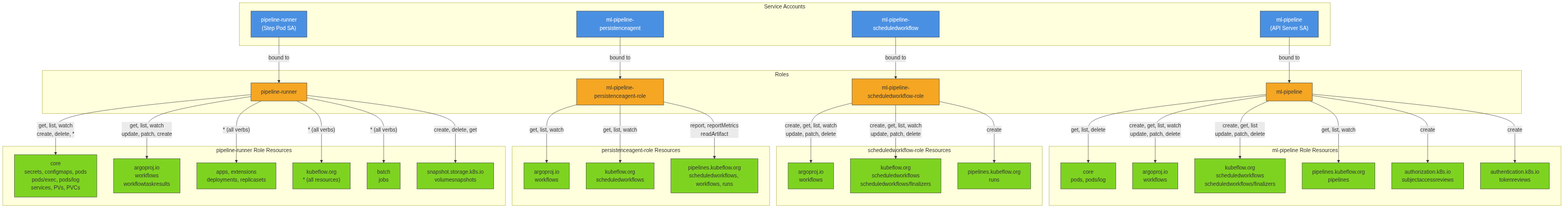
Above: architecture/rhoai-3.4-ea.2/diagrams/data-science-pipelines-rbac.png in rhuss/architecture-context (Mermaid), before the change. Its source is kept beside it as architecture/rhoai-3.4-ea.2/diagrams/data-science-pipelines-rbac.mmd. Source of this version:
```mermaid

graph TD
    subgraph ServiceAccounts["Service Accounts"]
        SA_API["ml-pipeline<br/>(API Server SA)"]
        SA_PA["ml-pipeline-persistenceagent"]
        SA_SW["ml-pipeline-scheduledworkflow"]
        SA_Runner["pipeline-runner<br/>(Step Pod SA)"]
    end

    subgraph Roles["Roles"]
        R_API["ml-pipeline"]
        R_SW["ml-pipeline-scheduledworkflow-role"]
        R_PA["ml-pipeline-persistenceagent-role"]
        R_Runner["pipeline-runner"]
    end

    subgraph Resources_API["ml-pipeline Role Resources"]
        R_API_1["core<br/>pods, pods/log"]
        R_API_2["argoproj.io<br/>workflows"]
        R_API_3["kubeflow.org<br/>scheduledworkflows<br/>scheduledworkflows/finalizers"]
        R_API_4["pipelines.kubeflow.org<br/>pipelines"]
        R_API_5["authorization.k8s.io<br/>subjectaccessreviews"]
        R_API_6["authentication.k8s.io<br/>tokenreviews"]
    end

    subgraph Resources_SW["scheduledworkflow-role Resources"]
        R_SW_1["argoproj.io<br/>workflows"]
        R_SW_2["kubeflow.org<br/>scheduledworkflows<br/>scheduledworkflows/finalizers"]
        R_SW_3["pipelines.kubeflow.org<br/>runs"]
    end

    subgraph Resources_PA["persistenceagent-role Resources"]
        R_PA_1["argoproj.io<br/>workflows"]
        R_PA_2["kubeflow.org<br/>scheduledworkflows"]
        R_PA_3["pipelines.kubeflow.org<br/>scheduledworkflows, workflows, runs"]
    end

    subgraph Resources_Runner["pipeline-runner Role Resources"]
        R_RN_1["core<br/>secrets, configmaps, pods<br/>pods/exec, pods/log<br/>services, PVs, PVCs"]
        R_RN_2["argoproj.io<br/>workflows<br/>workflowtaskresults"]
        R_RN_3["apps, extensions<br/>deployments, replicasets"]
        R_RN_4["kubeflow.org<br/>* (all resources)"]
        R_RN_5["batch<br/>jobs"]
        R_RN_6["snapshot.storage.k8s.io<br/>volumesnapshots"]
    end

    SA_API -->|"bound to"| R_API
    SA_SW -->|"bound to"| R_SW
    SA_PA -->|"bound to"| R_PA
    SA_Runner -->|"bound to"| R_Runner

    R_API -->|"get, list, delete"| R_API_1
    R_API -->|"create, get, list, watch<br/>update, patch, delete"| R_API_2
    R_API -->|"create, get, list<br/>update, patch, delete"| R_API_3
    R_API -->|"get, list, watch"| R_API_4
    R_API -->|"create"| R_API_5
    R_API -->|"create"| R_API_6

    R_SW -->|"create, get, list, watch<br/>update, patch, delete"| R_SW_1
    R_SW -->|"create, get, list, watch<br/>update, patch, delete"| R_SW_2
    R_SW -->|"create"| R_SW_3

    R_PA -->|"get, list, watch"| R_PA_1
    R_PA -->|"get, list, watch"| R_PA_2
    R_PA -->|"report, reportMetrics<br/>readArtifact"| R_PA_3

    R_Runner -->|"get, list, watch<br/>create, delete, *"| R_RN_1
    R_Runner -->|"get, list, watch<br/>update, patch, create"| R_RN_2
    R_Runner -->|"* (all verbs)"| R_RN_3
    R_Runner -->|"* (all verbs)"| R_RN_4
    R_Runner -->|"* (all verbs)"| R_RN_5
    R_Runner -->|"create, delete, get"| R_RN_6

    style SA_API fill:#4a90e2,stroke:#333,color:#fff
    style SA_PA fill:#4a90e2,stroke:#333,color:#fff
    style SA_SW fill:#4a90e2,stroke:#333,color:#fff
    style SA_Runner fill:#4a90e2,stroke:#333,color:#fff
    style R_API fill:#f5a623,stroke:#333
    style R_SW fill:#f5a623,stroke:#333
    style R_PA fill:#f5a623,stroke:#333
    style R_Runner fill:#f5a623,stroke:#333
    style R_API_1 fill:#7ed321,stroke:#333
    style R_API_2 fill:#7ed321,stroke:#333
    style R_API_3 fill:#7ed321,stroke:#333
    style R_API_4 fill:#7ed321,stroke:#333
    style R_API_5 fill:#7ed321,stroke:#333
    style R_API_6 fill:#7ed321,stroke:#333
    style R_SW_1 fill:#7ed321,stroke:#333
    style R_SW_2 fill:#7ed321,stroke:#333
    style R_SW_3 fill:#7ed321,stroke:#333
    style R_PA_1 fill:#7ed321,stroke:#333
    style R_PA_2 fill:#7ed321,stroke:#333
    style R_PA_3 fill:#7ed321,stroke:#333
    style R_RN_1 fill:#7ed321,stroke:#333
    style R_RN_2 fill:#7ed321,stroke:#333
    style R_RN_3 fill:#7ed321,stroke:#333
    style R_RN_4 fill:#7ed321,stroke:#333
    style R_RN_5 fill:#7ed321,stroke:#333
    style R_RN_6 fill:#7ed321,stroke:#333
```
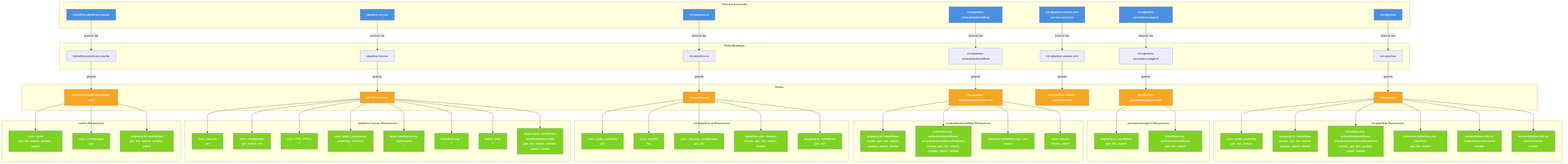
The same diagram one commit later.

The edit, as a diff of the source:
```diff
@@ -1,99 +1,172 @@
 
 graph TD
     subgraph ServiceAccounts["Service Accounts"]
-        SA_API["ml-pipeline<br/>(API Server SA)"]
+        SA_API["ml-pipeline"]
         SA_PA["ml-pipeline-persistenceagent"]
         SA_SW["ml-pipeline-scheduledworkflow"]
-        SA_Runner["pipeline-runner<br/>(Step Pod SA)"]
+        SA_UI["ml-pipeline-ui"]
+        SA_Viewer["ml-pipeline-viewer-crd-<br/>service-account"]
+        SA_Runner["pipeline-runner"]
+        SA_Cache["kubeflow-pipelines-cache"]
+    end
+
+    subgraph RoleBindings["Role Bindings"]
+        RB_API["ml-pipeline"]
+        RB_PA["ml-pipeline-persistenceagent"]
+        RB_SW["ml-pipeline-scheduledworkflow"]
+        RB_UI["ml-pipeline-ui"]
+        RB_Viewer["ml-pipeline-viewer-crd"]
+        RB_Runner["pipeline-runner"]
+        RB_Cache["kubeflow-pipelines-cache"]
     end
 
     subgraph Roles["Roles"]
         R_API["ml-pipeline"]
+        R_PA["ml-pipeline-persistenceagent-role"]
         R_SW["ml-pipeline-scheduledworkflow-role"]
-        R_PA["ml-pipeline-persistenceagent-role"]
+        R_UI["ml-pipeline-ui"]
+        R_Viewer["ml-pipeline-viewer-controller-role"]
         R_Runner["pipeline-runner"]
+        R_Cache["kubeflow-pipelines-cache-role"]
     end
 
-    subgraph Resources_API["ml-pipeline Role Resources"]
-        R_API_1["core<br/>pods, pods/log"]
-        R_API_2["argoproj.io<br/>workflows"]
-        R_API_3["kubeflow.org<br/>scheduledworkflows<br/>scheduledworkflows/finalizers"]
-        R_API_4["pipelines.kubeflow.org<br/>pipelines"]
-        R_API_5["authorization.k8s.io<br/>subjectaccessreviews"]
-        R_API_6["authentication.k8s.io<br/>tokenreviews"]
+    subgraph Resources_API["ml-pipeline Resources"]
+        R_API_1["core: pods, pods/log<br/>get, list, delete"]
+        R_API_2["argoproj.io: workflows<br/>create, get, list, watch,<br/>update, patch, delete"]
+        R_API_3["kubeflow.org: scheduledworkflows,<br/>scheduledworkflows/finalizers<br/>create, get, list, update,<br/>patch, delete"]
+        R_API_4["pipelines.kubeflow.org: pipelines<br/>get, list, watch"]
+        R_API_5["authorization.k8s.io:<br/>subjectaccessreviews<br/>create"]
+        R_API_6["authentication.k8s.io:<br/>tokenreviews<br/>create"]
     end
 
-    subgraph Resources_SW["scheduledworkflow-role Resources"]
-        R_SW_1["argoproj.io<br/>workflows"]
-        R_SW_2["kubeflow.org<br/>scheduledworkflows<br/>scheduledworkflows/finalizers"]
-        R_SW_3["pipelines.kubeflow.org<br/>runs"]
+    subgraph Resources_PA["persistenceagent Resources"]
+        R_PA_1["argoproj.io: workflows<br/>get, list, watch"]
+        R_PA_2["kubeflow.org: scheduledworkflows<br/>get, list, watch"]
     end
 
-    subgraph Resources_PA["persistenceagent-role Resources"]
-        R_PA_1["argoproj.io<br/>workflows"]
-        R_PA_2["kubeflow.org<br/>scheduledworkflows"]
-        R_PA_3["pipelines.kubeflow.org<br/>scheduledworkflows, workflows, runs"]
+    subgraph Resources_SW["scheduledworkflow Resources"]
+        R_SW_1["argoproj.io: workflows<br/>create, get, list, watch,<br/>update, patch, delete"]
+        R_SW_2["kubeflow.org: scheduledworkflows,<br/>scheduledworkflows/finalizers<br/>create, get, list, watch,<br/>update, patch, delete"]
+        R_SW_3["pipelines.kubeflow.org: runs<br/>create"]
+        R_SW_4["core: events<br/>create, patch"]
     end
 
-    subgraph Resources_Runner["pipeline-runner Role Resources"]
-        R_RN_1["core<br/>secrets, configmaps, pods<br/>pods/exec, pods/log<br/>services, PVs, PVCs"]
-        R_RN_2["argoproj.io<br/>workflows<br/>workflowtaskresults"]
-        R_RN_3["apps, extensions<br/>deployments, replicasets"]
-        R_RN_4["kubeflow.org<br/>* (all resources)"]
-        R_RN_5["batch<br/>jobs"]
-        R_RN_6["snapshot.storage.k8s.io<br/>volumesnapshots"]
+    subgraph Resources_UI["ml-pipeline-ui Resources"]
+        R_UI_1["core: pods, pods/log<br/>get"]
+        R_UI_2["core: events<br/>list"]
+        R_UI_3["core: secrets, configmaps<br/>get, list"]
+        R_UI_4["kubeflow.org: viewers<br/>create, get, list, watch, delete"]
+        R_UI_5["argoproj.io: workflows<br/>get, list"]
     end
 
-    SA_API -->|"bound to"| R_API
-    SA_SW -->|"bound to"| R_SW
-    SA_PA -->|"bound to"| R_PA
-    SA_Runner -->|"bound to"| R_Runner
+    subgraph Resources_Runner["pipeline-runner Resources"]
+        R_Run_1["core: secrets<br/>get"]
+        R_Run_2["core: configmaps<br/>get, watch, list"]
+        R_Run_3["core: PVs, PVCs<br/>*"]
+        R_Run_4["core: pods, pods/exec,<br/>pods/log, services<br/>*"]
+        R_Run_5["apps: deployments,<br/>replicasets<br/>*"]
+        R_Run_6["kubeflow.org: *<br/>*"]
+        R_Run_7["batch: jobs<br/>*"]
+        R_Run_8["argoproj.io: workflows,<br/>workflowtaskresults<br/>get, list, watch, update,<br/>patch, create"]
+    end
 
-    R_API -->|"get, list, delete"| R_API_1
-    R_API -->|"create, get, list, watch<br/>update, patch, delete"| R_API_2
-    R_API -->|"create, get, list<br/>update, patch, delete"| R_API_3
-    R_API -->|"get, list, watch"| R_API_4
-    R_API -->|"create"| R_API_5
-    R_API -->|"create"| R_API_6
+    subgraph Resources_Cache["cache Resources"]
+        R_Cache_1["core: pods<br/>get, list, watch, update, patch"]
+        R_Cache_2["core: configmaps<br/>get"]
+        R_Cache_3["argoproj.io: workflows<br/>get, list, watch, update, patch"]
+    end
 
-    R_SW -->|"create, get, list, watch<br/>update, patch, delete"| R_SW_1
-    R_SW -->|"create, get, list, watch<br/>update, patch, delete"| R_SW_2
-    R_SW -->|"create"| R_SW_3
+    SA_API -->|"bound via"| RB_API
+    SA_PA -->|"bound via"| RB_PA
+    SA_SW -->|"bound via"| RB_SW
+    SA_UI -->|"bound via"| RB_UI
+    SA_Viewer -->|"bound via"| RB_Viewer
+    SA_Runner -->|"bound via"| RB_Runner
+    SA_Cache -->|"bound via"| RB_Cache
 
-    R_PA -->|"get, list, watch"| R_PA_1
-    R_PA -->|"get, list, watch"| R_PA_2
-    R_PA -->|"report, reportMetrics<br/>readArtifact"| R_PA_3
+    RB_API -->|"grants"| R_API
+    RB_PA -->|"grants"| R_PA
+    RB_SW -->|"grants"| R_SW
+    RB_UI -->|"grants"| R_UI
+    RB_Viewer -->|"grants"| R_Viewer
+    RB_Runner -->|"grants"| R_Runner
+    RB_Cache -->|"grants"| R_Cache
 
-    R_Runner -->|"get, list, watch<br/>create, delete, *"| R_RN_1
-    R_Runner -->|"get, list, watch<br/>update, patch, create"| R_RN_2
-    R_Runner -->|"* (all verbs)"| R_RN_3
-    R_Runner -->|"* (all verbs)"| R_RN_4
-    R_Runner -->|"* (all verbs)"| R_RN_5
-    R_Runner -->|"create, delete, get"| R_RN_6
+    R_API --> R_API_1
+    R_API --> R_API_2
+    R_API --> R_API_3
+    R_API --> R_API_4
+    R_API --> R_API_5
+    R_API --> R_API_6
 
-    style SA_API fill:#4a90e2,stroke:#333,color:#fff
-    style SA_PA fill:#4a90e2,stroke:#333,color:#fff
-    style SA_SW fill:#4a90e2,stroke:#333,color:#fff
-    style SA_Runner fill:#4a90e2,stroke:#333,color:#fff
-    style R_API fill:#f5a623,stroke:#333
-    style R_SW fill:#f5a623,stroke:#333
-    style R_PA fill:#f5a623,stroke:#333
-    style R_Runner fill:#f5a623,stroke:#333
-    style R_API_1 fill:#7ed321,stroke:#333
-    style R_API_2 fill:#7ed321,stroke:#333
-    style R_API_3 fill:#7ed321,stroke:#333
-    style R_API_4 fill:#7ed321,stroke:#333
-    style R_API_5 fill:#7ed321,stroke:#333
-    style R_API_6 fill:#7ed321,stroke:#333
-    style R_SW_1 fill:#7ed321,stroke:#333
-    style R_SW_2 fill:#7ed321,stroke:#333
-    style R_SW_3 fill:#7ed321,stroke:#333
-    style R_PA_1 fill:#7ed321,stroke:#333
-    style R_PA_2 fill:#7ed321,stroke:#333
-    style R_PA_3 fill:#7ed321,stroke:#333
-    style R_RN_1 fill:#7ed321,stroke:#333
-    style R_RN_2 fill:#7ed321,stroke:#333
-    style R_RN_3 fill:#7ed321,stroke:#333
-    style R_RN_4 fill:#7ed321,stroke:#333
-    style R_RN_5 fill:#7ed321,stroke:#333
-    style R_RN_6 fill:#7ed321,stroke:#333
+    R_PA --> R_PA_1
+    R_PA --> R_PA_2
+
+    R_SW --> R_SW_1
+    R_SW --> R_SW_2
+    R_SW --> R_SW_3
+    R_SW --> R_SW_4
+
+    R_UI --> R_UI_1
+    R_UI --> R_UI_2
+    R_UI --> R_UI_3
+    R_UI --> R_UI_4
+    R_UI --> R_UI_5
+
+    R_Runner --> R_Run_1
+    R_Runner --> R_Run_2
+    R_Runner --> R_Run_3
+    R_Runner --> R_Run_4
+    R_Runner --> R_Run_5
+    R_Runner --> R_Run_6
+    R_Runner --> R_Run_7
+    R_Runner --> R_Run_8
+
+    R_Cache --> R_Cache_1
+    R_Cache --> R_Cache_2
+    R_Cache --> R_Cache_3
+
+    style SA_API fill:#4a90e2,color:#fff
+    style SA_PA fill:#4a90e2,color:#fff
+    style SA_SW fill:#4a90e2,color:#fff
+    style SA_UI fill:#4a90e2,color:#fff
+    style SA_Viewer fill:#4a90e2,color:#fff
+    style SA_Runner fill:#4a90e2,color:#fff
+    style SA_Cache fill:#4a90e2,color:#fff
+
+    style R_API fill:#f5a623,color:#fff
+    style R_PA fill:#f5a623,color:#fff
+    style R_SW fill:#f5a623,color:#fff
+    style R_UI fill:#f5a623,color:#fff
+    style R_Viewer fill:#f5a623,color:#fff
+    style R_Runner fill:#f5a623,color:#fff
+    style R_Cache fill:#f5a623,color:#fff
+
+    style R_API_1 fill:#7ed321,color:#fff
+    style R_API_2 fill:#7ed321,color:#fff
+    style R_API_3 fill:#7ed321,color:#fff
+    style R_API_4 fill:#7ed321,color:#fff
+    style R_API_5 fill:#7ed321,color:#fff
+    style R_API_6 fill:#7ed321,color:#fff
+    style R_PA_1 fill:#7ed321,color:#fff
+    style R_PA_2 fill:#7ed321,color:#fff
+    style R_SW_1 fill:#7ed321,color:#fff
+    style R_SW_2 fill:#7ed321,color:#fff
+    style R_SW_3 fill:#7ed321,color:#fff
+    style R_SW_4 fill:#7ed321,color:#fff
+    style R_UI_1 fill:#7ed321,color:#fff
+    style R_UI_2 fill:#7ed321,color:#fff
+    style R_UI_3 fill:#7ed321,color:#fff
+    style R_UI_4 fill:#7ed321,color:#fff
+    style R_UI_5 fill:#7ed321,color:#fff
+    style R_Run_1 fill:#7ed321,color:#fff
+    style R_Run_2 fill:#7ed321,color:#fff
+    style R_Run_3 fill:#7ed321,color:#fff
+    style R_Run_4 fill:#7ed321,color:#fff
+    style R_Run_5 fill:#7ed321,color:#fff
+    style R_Run_6 fill:#7ed321,color:#fff
+    style R_Run_7 fill:#7ed321,color:#fff
+    style R_Run_8 fill:#7ed321,color:#fff
+    style R_Cache_1 fill:#7ed321,color:#fff
+    style R_Cache_2 fill:#7ed321,color:#fff
+    style R_Cache_3 fill:#7ed321,color:#fff
```
